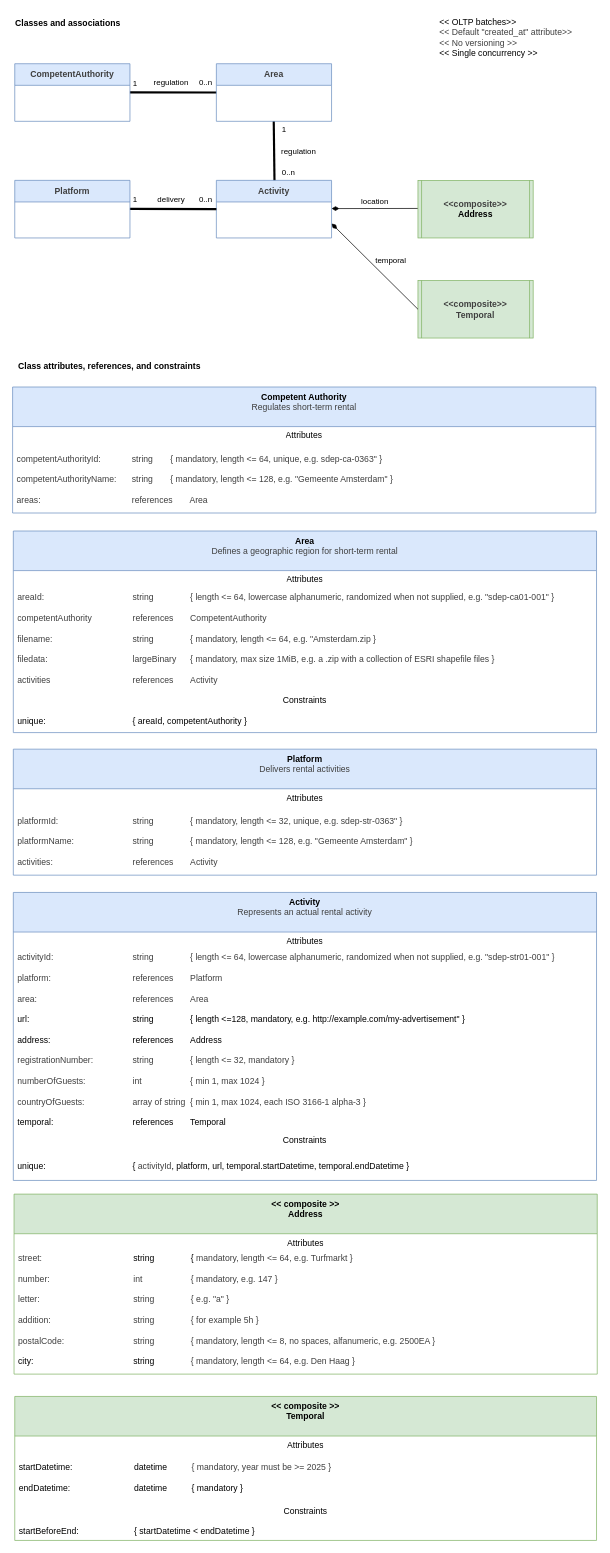
The draw.io diagram docs/Classes.drawio in MinBZK/sdep.gov.nl, before the edit. Source tidied: cells renumbered, new cells numbered last; positions are measured from the earlier drawing's top-left corner, leaving out a move shared by most shapes. Both pictures are drawn from the tidied source at 72%, with x=0, y=0 at pixel (12, 12).
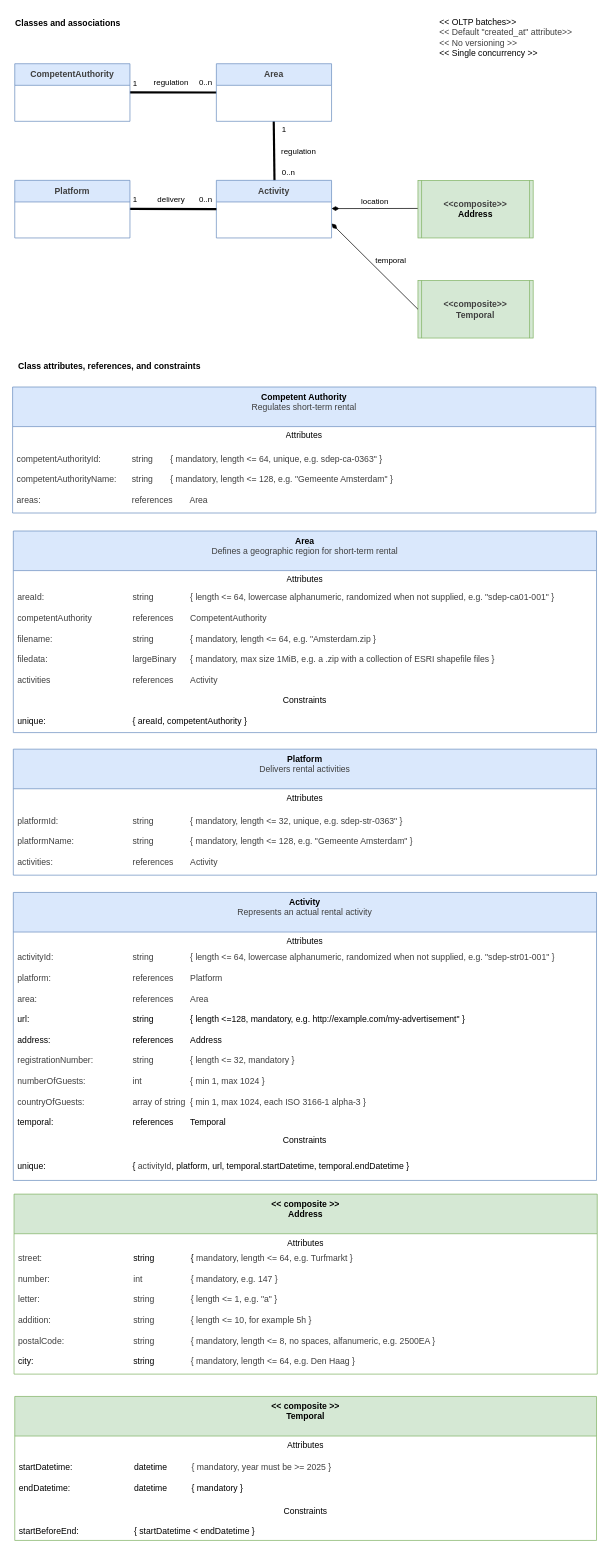
After the change.

The change refers to these unchanged cells:
```xml
<mxCell id="23" value="&lt;div&gt;&lt;b&gt;&amp;lt;&amp;lt; composite &amp;gt;&amp;gt;&lt;/b&gt;&lt;/div&gt;&lt;div&gt;&lt;b&gt;Address&lt;/b&gt;&lt;/div&gt;" style="swimlane;fontStyle=0;align=center;verticalAlign=top;horizontal=1;startSize=55;html=1;whiteSpace=wrap;fillColor=#d5e8d4;strokeColor=#82b366;" parent="1" vertex="1">
  <mxGeometry x="2" y="1641" width="810" height="250" as="geometry" />
</mxCell>
```

The edit, as a diff of the source:
```diff
@@
-    <mxCell id="25" value="&lt;div style=&quot;color: rgb(63, 63, 63); scrollbar-color: rgb(226, 226, 226) rgb(251, 251, 251);&quot;&gt;&lt;span style=&quot;scrollbar-color: rgb(226, 226, 226) rgb(251, 251, 251); background-color: transparent; color: rgb(63, 63, 63);&quot;&gt;street:&amp;nbsp;&lt;span style=&quot;white-space: pre;&quot;&gt;&#9;&lt;/span&gt;&lt;span style=&quot;white-space: pre;&quot;&gt;&#9;&lt;/span&gt;&lt;span style=&quot;white-space: pre;&quot;&gt;&#9;&lt;/span&gt;&lt;span style=&quot;white-space: pre;&quot;&gt;&#9;&lt;/span&gt;&lt;span style=&quot;white-space: pre;&quot;&gt;&#9;&lt;/span&gt;&lt;/span&gt;&lt;span style=&quot;scrollbar-color: rgb(226, 226, 226) rgb(251, 251, 251); background-color: transparent; color: rgb(0, 0, 0);&quot;&gt;string&amp;nbsp;&lt;span style=&quot;white-space: pre;&quot;&gt;&#9;&lt;/span&gt;&lt;span style=&quot;white-space: pre;&quot;&gt;&#9;&lt;/span&gt;&lt;/span&gt;&lt;span style=&quot;background-color: transparent; scrollbar-color: rgb(226, 226, 226) rgb(251, 251, 251); color: rgb(0, 0, 0);&quot;&gt;{&amp;nbsp;&lt;/span&gt;&lt;span style=&quot;background-color: transparent; color: rgb(63, 63, 63);&quot;&gt;mandatory,&amp;nbsp;&lt;/span&gt;&lt;span style=&quot;background-color: transparent;&quot;&gt;length &amp;lt;= 64, e.g.&amp;nbsp;&lt;/span&gt;&lt;span style=&quot;background-color: transparent;&quot;&gt;Turfmarkt }&lt;/span&gt;&lt;/div&gt;&lt;div style=&quot;color: rgb(63, 63, 63); scrollbar-color: rgb(226, 226, 226) rgb(251, 251, 251);&quot;&gt;&lt;br&gt;&lt;/div&gt;&lt;div style=&quot;color: rgb(63, 63, 63); scrollbar-color: rgb(226, 226, 226) rgb(251, 251, 251);&quot;&gt;number: &lt;span style=&quot;white-space: pre;&quot;&gt;&#9;&lt;/span&gt;&lt;span style=&quot;white-space: pre;&quot;&gt;&#9;&lt;/span&gt;&lt;span style=&quot;white-space: pre;&quot;&gt;&#9;&lt;/span&gt;&lt;span style=&quot;white-space: pre;&quot;&gt;&#9;&lt;/span&gt;&lt;span style=&quot;white-space: pre;&quot;&gt;&#9;&lt;/span&gt;int&amp;nbsp;&lt;span style=&quot;white-space: pre;&quot;&gt;&#9;&lt;/span&gt;&lt;span style=&quot;white-space: pre;&quot;&gt;&#9;&lt;/span&gt;&lt;span style=&quot;white-space: pre;&quot;&gt;&#9;&lt;/span&gt;&lt;span style=&quot;background-color: transparent;&quot;&gt;{ mandatory, e.g.&amp;nbsp;&lt;/span&gt;&lt;span style=&quot;background-color: transparent; color: rgb(63, 63, 63);&quot;&gt;147 }&lt;/span&gt;&lt;/div&gt;&lt;div style=&quot;color: rgb(63, 63, 63); scrollbar-color: rgb(226, 226, 226) rgb(251, 251, 251);&quot;&gt;&lt;div style=&quot;scrollbar-color: rgb(226, 226, 226) rgb(251, 251, 251); color: rgb(63, 63, 63);&quot;&gt;&lt;br&gt;&lt;/div&gt;&lt;div style=&quot;scrollbar-color: rgb(226, 226, 226) rgb(251, 251, 251); color: rgb(63, 63, 63);&quot;&gt;letter: &lt;span style=&quot;white-space: pre;&quot;&gt;&#9;&lt;/span&gt;&lt;span style=&quot;white-space: pre;&quot;&gt;&#9;&lt;/span&gt;&lt;span style=&quot;white-space: pre;&quot;&gt;&#9;&lt;/span&gt;&lt;span style=&quot;white-space: pre;&quot;&gt;&#9;&lt;/span&gt;&lt;span style=&quot;white-space: pre;&quot;&gt;&#9;&lt;/span&gt;string&amp;nbsp;&lt;span style=&quot;white-space: pre;&quot;&gt;&#9;&lt;/span&gt;&lt;span style=&quot;white-space: pre;&quot;&gt;&#9;&lt;/span&gt;&lt;span style=&quot;background-color: transparent;&quot;&gt;{ e.g. &quot;a&quot; }&lt;/span&gt;&lt;/div&gt;&lt;div style=&quot;scrollbar-color: rgb(226, 226, 226) rgb(251, 251, 251); color: rgb(63, 63, 63);&quot;&gt;&lt;br&gt;&lt;/div&gt;&lt;div style=&quot;scrollbar-color: rgb(226, 226, 226) rgb(251, 251, 251); color: rgb(63, 63, 63);&quot;&gt;&lt;span style=&quot;color: rgb(63, 63, 63);&quot;&gt;addition: &lt;span style=&quot;white-space: pre;&quot;&gt;&#9;&lt;/span&gt;&lt;span style=&quot;white-space: pre;&quot;&gt;&#9;&lt;/span&gt;&lt;span style=&quot;white-space: pre;&quot;&gt;&#9;&lt;/span&gt;&lt;span style=&quot;white-space: pre;&quot;&gt;&#9;&lt;/span&gt;&lt;span style=&quot;white-space: pre;&quot;&gt;&#9;&lt;/span&gt;string&amp;nbsp;&lt;span style=&quot;white-space: pre;&quot;&gt;&#9;&lt;/span&gt;&lt;span style=&quot;white-space: pre;&quot;&gt;&#9;&lt;/span&gt;&lt;/span&gt;&lt;span style=&quot;background-color: transparent;&quot;&gt;{ for example 5h }&lt;/span&gt;&lt;/div&gt;&lt;div style=&quot;scrollbar-color: rgb(226, 226, 226) rgb(251, 251, 251); color: rgb(63, 63, 63);&quot;&gt;&lt;span style=&quot;color: rgb(63, 63, 63);&quot;&gt;&lt;br&gt;&lt;/span&gt;&lt;/div&gt;&lt;div style=&quot;scrollbar-color: rgb(226, 226, 226) rgb(251, 251, 251); color: rgb(63, 63, 63);&quot;&gt;&lt;span style=&quot;scrollbar-color: rgb(226, 226, 226) rgb(251, 251, 251); background-color: transparent; color: rgb(63, 63, 63);&quot;&gt;postalCode: &lt;span style=&quot;white-space: pre;&quot;&gt;&#9;&lt;/span&gt;&lt;span style=&quot;white-space: pre;&quot;&gt;&#9;&lt;/span&gt;&lt;span style=&quot;white-space: pre;&quot;&gt;&#9;&lt;/span&gt;&lt;span style=&quot;white-space: pre;&quot;&gt;&#9;&lt;/span&gt;string&amp;nbsp;&lt;span style=&quot;white-space: pre;&quot;&gt;&#9;&lt;/span&gt;&lt;span style=&quot;white-space: pre;&quot;&gt;&#9;&lt;/span&gt;&lt;/span&gt;&lt;span style=&quot;background-color: transparent;&quot;&gt;{ mandatory, length &amp;lt;= 8, no spaces, alfanumeric, e.g.&amp;nbsp;&lt;/span&gt;&lt;span style=&quot;background-color: transparent; color: rgb(63, 63, 63);&quot;&gt;2500EA }&lt;/span&gt;&lt;/div&gt;&lt;div style=&quot;scrollbar-color: rgb(226, 226, 226) rgb(251, 251, 251); color: rgb(63, 63, 63);&quot;&gt;&lt;span style=&quot;scrollbar-color: rgb(226, 226, 226) rgb(251, 251, 251); color: rgb(0, 0, 0);&quot;&gt;&lt;br&gt;&lt;/span&gt;&lt;/div&gt;&lt;div style=&quot;scrollbar-color: rgb(226, 226, 226) rgb(251, 251, 251); color: rgb(63, 63, 63);&quot;&gt;&lt;span style=&quot;scrollbar-color: rgb(226, 226, 226) rgb(251, 251, 251); color: rgb(0, 0, 0);&quot;&gt;city:&lt;span style=&quot;white-space: pre;&quot;&gt;&#9;&lt;/span&gt;&lt;span style=&quot;white-space: pre;&quot;&gt;&#9;&lt;/span&gt;&lt;span style=&quot;white-space: pre;&quot;&gt;&#9;&lt;/span&gt;&lt;span style=&quot;white-space: pre;&quot;&gt;&#9;&lt;span style=&quot;white-space: pre;&quot;&gt;&#9;&lt;/span&gt;&lt;span style=&quot;white-space: pre;&quot;&gt;&#9;&lt;/span&gt;&lt;/span&gt;string&amp;nbsp;&lt;span style=&quot;white-space: pre;&quot;&gt;&#9;&lt;/span&gt;&lt;span style=&quot;white-space: pre;&quot;&gt;&#9;&lt;/span&gt;&lt;/span&gt;&lt;span style=&quot;background-color: transparent;&quot;&gt;{ mandatory, length &amp;lt;= 64, e.g.&amp;nbsp;&lt;/span&gt;&lt;span style=&quot;background-color: transparent;&quot;&gt;Den Haag }&lt;/span&gt;&lt;/div&gt;&lt;div&gt;&lt;span style=&quot;scrollbar-color: rgb(226, 226, 226) rgb(251, 251, 251); color: rgb(0, 0, 0);&quot;&gt;&lt;br&gt;&lt;/span&gt;&lt;/div&gt;&lt;/div&gt;" style="text;html=1;strokeColor=none;fillColor=none;align=left;verticalAlign=middle;spacingLeft=4;spacingRight=4;overflow=hidden;whiteSpace=wrap;" parent="23" vertex="1">
+    <mxCell id="25" value="&lt;div style=&quot;color: rgb(63, 63, 63); scrollbar-color: rgb(226, 226, 226) rgb(251, 251, 251);&quot;&gt;&lt;span style=&quot;scrollbar-color: rgb(226, 226, 226) rgb(251, 251, 251); background-color: transparent; color: rgb(63, 63, 63);&quot;&gt;street:&amp;nbsp;&lt;span style=&quot;white-space: pre;&quot;&gt;&#9;&lt;/span&gt;&lt;span style=&quot;white-space: pre;&quot;&gt;&#9;&lt;/span&gt;&lt;span style=&quot;white-space: pre;&quot;&gt;&#9;&lt;/span&gt;&lt;span style=&quot;white-space: pre;&quot;&gt;&#9;&lt;/span&gt;&lt;span style=&quot;white-space: pre;&quot;&gt;&#9;&lt;/span&gt;&lt;/span&gt;&lt;span style=&quot;scrollbar-color: rgb(226, 226, 226) rgb(251, 251, 251); background-color: transparent; color: rgb(0, 0, 0);&quot;&gt;string&amp;nbsp;&lt;span style=&quot;white-space: pre;&quot;&gt;&#9;&lt;/span&gt;&lt;span style=&quot;white-space: pre;&quot;&gt;&#9;&lt;/span&gt;&lt;/span&gt;&lt;span style=&quot;background-color: transparent; scrollbar-color: rgb(226, 226, 226) rgb(251, 251, 251); color: rgb(0, 0, 0);&quot;&gt;{&amp;nbsp;&lt;/span&gt;&lt;span style=&quot;background-color: transparent; color: rgb(63, 63, 63);&quot;&gt;mandatory,&amp;nbsp;&lt;/span&gt;&lt;span style=&quot;background-color: transparent;&quot;&gt;length &amp;lt;= 64, e.g.&amp;nbsp;&lt;/span&gt;&lt;span style=&quot;background-color: transparent;&quot;&gt;Turfmarkt }&lt;/span&gt;&lt;/div&gt;&lt;div style=&quot;color: rgb(63, 63, 63); scrollbar-color: rgb(226, 226, 226) rgb(251, 251, 251);&quot;&gt;&lt;br&gt;&lt;/div&gt;&lt;div style=&quot;color: rgb(63, 63, 63); scrollbar-color: rgb(226, 226, 226) rgb(251, 251, 251);&quot;&gt;number: &lt;span style=&quot;white-space: pre;&quot;&gt;&#9;&lt;/span&gt;&lt;span style=&quot;white-space: pre;&quot;&gt;&#9;&lt;/span&gt;&lt;span style=&quot;white-space: pre;&quot;&gt;&#9;&lt;/span&gt;&lt;span style=&quot;white-space: pre;&quot;&gt;&#9;&lt;/span&gt;&lt;span style=&quot;white-space: pre;&quot;&gt;&#9;&lt;/span&gt;int&amp;nbsp;&lt;span style=&quot;white-space: pre;&quot;&gt;&#9;&lt;/span&gt;&lt;span style=&quot;white-space: pre;&quot;&gt;&#9;&lt;/span&gt;&lt;span style=&quot;white-space: pre;&quot;&gt;&#9;&lt;/span&gt;&lt;span style=&quot;background-color: transparent;&quot;&gt;{ mandatory, e.g.&amp;nbsp;&lt;/span&gt;&lt;span style=&quot;background-color: transparent; color: rgb(63, 63, 63);&quot;&gt;147 }&lt;/span&gt;&lt;/div&gt;&lt;div style=&quot;color: rgb(63, 63, 63); scrollbar-color: rgb(226, 226, 226) rgb(251, 251, 251);&quot;&gt;&lt;div style=&quot;scrollbar-color: rgb(226, 226, 226) rgb(251, 251, 251); color: rgb(63, 63, 63);&quot;&gt;&lt;br&gt;&lt;/div&gt;&lt;div style=&quot;scrollbar-color: rgb(226, 226, 226) rgb(251, 251, 251); color: rgb(63, 63, 63);&quot;&gt;letter: &lt;span style=&quot;white-space: pre;&quot;&gt;&#9;&lt;/span&gt;&lt;span style=&quot;white-space: pre;&quot;&gt;&#9;&lt;/span&gt;&lt;span style=&quot;white-space: pre;&quot;&gt;&#9;&lt;/span&gt;&lt;span style=&quot;white-space: pre;&quot;&gt;&#9;&lt;/span&gt;&lt;span style=&quot;white-space: pre;&quot;&gt;&#9;&lt;/span&gt;string&amp;nbsp;&lt;span style=&quot;white-space: pre;&quot;&gt;&#9;&lt;/span&gt;&lt;span style=&quot;white-space: pre;&quot;&gt;&#9;&lt;/span&gt;&lt;span style=&quot;background-color: transparent;&quot;&gt;{ length &amp;lt;= 1, e.g. &quot;a&quot; }&lt;/span&gt;&lt;/div&gt;&lt;div style=&quot;scrollbar-color: rgb(226, 226, 226) rgb(251, 251, 251); color: rgb(63, 63, 63);&quot;&gt;&lt;br&gt;&lt;/div&gt;&lt;div style=&quot;scrollbar-color: rgb(226, 226, 226) rgb(251, 251, 251); color: rgb(63, 63, 63);&quot;&gt;&lt;span style=&quot;color: rgb(63, 63, 63);&quot;&gt;addition: &lt;span style=&quot;white-space: pre;&quot;&gt;&#9;&lt;/span&gt;&lt;span style=&quot;white-space: pre;&quot;&gt;&#9;&lt;/span&gt;&lt;span style=&quot;white-space: pre;&quot;&gt;&#9;&lt;/span&gt;&lt;span style=&quot;white-space: pre;&quot;&gt;&#9;&lt;/span&gt;&lt;span style=&quot;white-space: pre;&quot;&gt;&#9;&lt;/span&gt;string&amp;nbsp;&lt;span style=&quot;white-space: pre;&quot;&gt;&#9;&lt;/span&gt;&lt;span style=&quot;white-space: pre;&quot;&gt;&#9;&lt;/span&gt;&lt;/span&gt;&lt;span style=&quot;background-color: transparent;&quot;&gt;{ length &amp;lt;= 10, for example 5h }&lt;/span&gt;&lt;/div&gt;&lt;div style=&quot;scrollbar-color: rgb(226, 226, 226) rgb(251, 251, 251); color: rgb(63, 63, 63);&quot;&gt;&lt;span style=&quot;color: rgb(63, 63, 63);&quot;&gt;&lt;br&gt;&lt;/span&gt;&lt;/div&gt;&lt;div style=&quot;scrollbar-color: rgb(226, 226, 226) rgb(251, 251, 251); color: rgb(63, 63, 63);&quot;&gt;&lt;span style=&quot;scrollbar-color: rgb(226, 226, 226) rgb(251, 251, 251); background-color: transparent; color: rgb(63, 63, 63);&quot;&gt;postalCode: &lt;span style=&quot;white-space: pre;&quot;&gt;&#9;&lt;/span&gt;&lt;span style=&quot;white-space: pre;&quot;&gt;&#9;&lt;/span&gt;&lt;span style=&quot;white-space: pre;&quot;&gt;&#9;&lt;/span&gt;&lt;span style=&quot;white-space: pre;&quot;&gt;&#9;&lt;/span&gt;string&amp;nbsp;&lt;span style=&quot;white-space: pre;&quot;&gt;&#9;&lt;/span&gt;&lt;span style=&quot;white-space: pre;&quot;&gt;&#9;&lt;/span&gt;&lt;/span&gt;&lt;span style=&quot;background-color: transparent;&quot;&gt;{ mandatory, length &amp;lt;= 8, no spaces, alfanumeric, e.g.&amp;nbsp;&lt;/span&gt;&lt;span style=&quot;background-color: transparent; color: rgb(63, 63, 63);&quot;&gt;2500EA }&lt;/span&gt;&lt;/div&gt;&lt;div style=&quot;scrollbar-color: rgb(226, 226, 226) rgb(251, 251, 251); color: rgb(63, 63, 63);&quot;&gt;&lt;span style=&quot;scrollbar-color: rgb(226, 226, 226) rgb(251, 251, 251); color: rgb(0, 0, 0);&quot;&gt;&lt;br&gt;&lt;/span&gt;&lt;/div&gt;&lt;div style=&quot;scrollbar-color: rgb(226, 226, 226) rgb(251, 251, 251); color: rgb(63, 63, 63);&quot;&gt;&lt;span style=&quot;scrollbar-color: rgb(226, 226, 226) rgb(251, 251, 251); color: rgb(0, 0, 0);&quot;&gt;city:&lt;span style=&quot;white-space: pre;&quot;&gt;&#9;&lt;/span&gt;&lt;span style=&quot;white-space: pre;&quot;&gt;&#9;&lt;/span&gt;&lt;span style=&quot;white-space: pre;&quot;&gt;&#9;&lt;/span&gt;&lt;span style=&quot;white-space: pre;&quot;&gt;&#9;&lt;span style=&quot;white-space: pre;&quot;&gt;&#9;&lt;/span&gt;&lt;span style=&quot;white-space: pre;&quot;&gt;&#9;&lt;/span&gt;&lt;/span&gt;string&amp;nbsp;&lt;span style=&quot;white-space: pre;&quot;&gt;&#9;&lt;/span&gt;&lt;span style=&quot;white-space: pre;&quot;&gt;&#9;&lt;/span&gt;&lt;/span&gt;&lt;span style=&quot;background-color: transparent;&quot;&gt;{ mandatory, length &amp;lt;= 64, e.g.&amp;nbsp;&lt;/span&gt;&lt;span style=&quot;background-color: transparent;&quot;&gt;Den Haag }&lt;/span&gt;&lt;/div&gt;&lt;div&gt;&lt;span style=&quot;scrollbar-color: rgb(226, 226, 226) rgb(251, 251, 251); color: rgb(0, 0, 0);&quot;&gt;&lt;br&gt;&lt;/span&gt;&lt;/div&gt;&lt;/div&gt;" style="text;html=1;strokeColor=none;fillColor=none;align=left;verticalAlign=middle;spacingLeft=4;spacingRight=4;overflow=hidden;whiteSpace=wrap;" parent="23" vertex="1">
       <mxGeometry y="80" width="810" height="170" as="geometry" />
     </mxCell>
```
